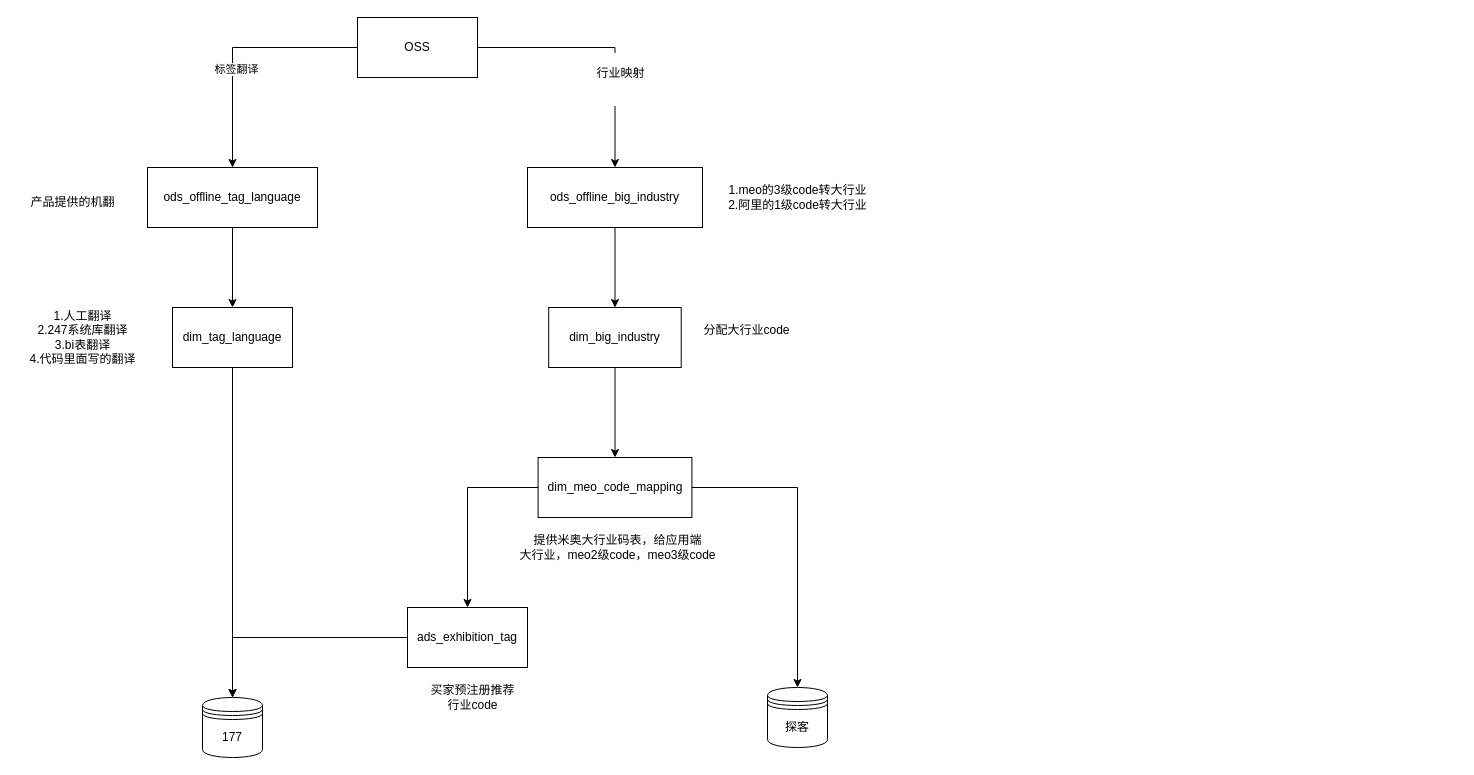
Earlier version of the draw.io diagram 大行业应用.drawio (HLSO6/draw). Source tidied: cells renumbered, new cells numbered last; positions are measured from the earlier drawing's top-left corner, leaving out a move shared by most shapes. Both pictures are drawn from the tidied source at 100%, with x=0, y=0 at pixel (17, 17).
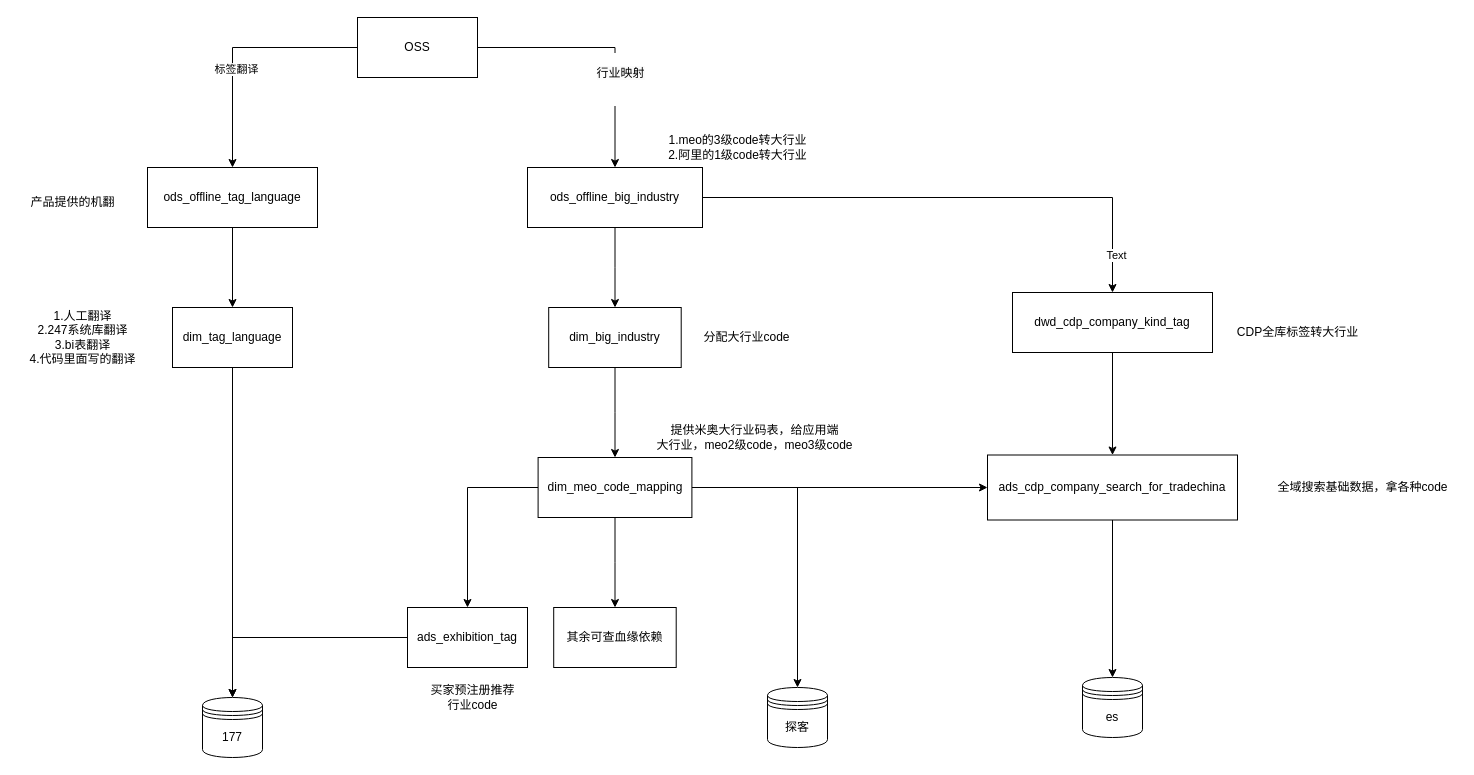
The same page after the edit.

Commit message (it also covers changes not shown here):
更新大行业应用.drawio

The change refers to these unchanged cells:
```xml
<mxCell id="10" value="ods_offline_big_industry" style="rounded=0;whiteSpace=wrap;html=1;" parent="1" vertex="1">
  <mxGeometry x="510" y="150" width="175" height="60" as="geometry" />
</mxCell>
<mxCell id="17" value="dim_meo_code_mapping" style="whiteSpace=wrap;html=1;rounded=0;" parent="1" vertex="1">
  <mxGeometry x="520.6" y="440" width="153.8" height="60" as="geometry" />
</mxCell>
```

What changed in the source:
```diff
@@
+    <mxCell id="28" style="edgeStyle=orthogonalEdgeStyle;rounded=0;jettySize=auto;html=1;entryX=0.5;entryY=0;entryDx=0;entryDy=0;" parent="1" edge="1" source="10" target="33">
+      <mxGeometry relative="1" as="geometry" />
+    </mxCell>
+    <mxCell id="29" value="Text" style="edgeLabel;html=1;align=center;verticalAlign=middle;" parent="28" vertex="1">
+      <mxGeometry x="0.85" y="3" relative="1" as="geometry" />
+    </mxCell>
@@
+    <mxCell id="30" style="edgeStyle=orthogonalEdgeStyle;rounded=0;jettySize=auto;html=1;" parent="1" edge="1" source="17" target="36">
+      <mxGeometry relative="1" as="geometry" />
+    </mxCell>
+    <mxCell id="31" style="edgeStyle=orthogonalEdgeStyle;rounded=0;jettySize=auto;html=1;" parent="1" edge="1" source="17" target="38">
+      <mxGeometry relative="1" as="geometry" />
+    </mxCell>
@@
     <mxCell id="18" value="分配大行业code" style="text;html=1;align=center;verticalAlign=middle;strokeColor=none;fillColor=none;" parent="1" vertex="1">
-      <mxGeometry x="674.4" y="298" width="110" height="30" as="geometry" />
+      <mxGeometry x="674.4" y="305" width="110" height="30" as="geometry" />
     </mxCell>
     <mxCell id="19" value="提供米奥大行业码表，给应用端&lt;br&gt;大行业，meo2级code，meo3级code" style="text;html=1;align=center;verticalAlign=middle;strokeColor=none;fillColor=none;" parent="1" vertex="1">
-      <mxGeometry x="490" y="510" width="220" height="40" as="geometry" />
+      <mxGeometry x="627" y="400" width="220" height="40" as="geometry" />
     </mxCell>
@@
     <mxCell id="26" value="1.meo的3级code转大行业&lt;br&gt;2.阿里的1级code转大行业" style="text;html=1;align=center;verticalAlign=middle;strokeColor=none;fillColor=none;" parent="1" vertex="1">
-      <mxGeometry x="700" y="160" width="160" height="40" as="geometry" />
+      <mxGeometry x="640" y="110" width="160" height="40" as="geometry" />
     </mxCell>
@@
+    <mxCell id="32" style="edgeStyle=orthogonalEdgeStyle;rounded=0;jettySize=auto;html=1;" parent="1" edge="1" source="33" target="36">
+      <mxGeometry relative="1" as="geometry" />
+    </mxCell>
+    <mxCell id="33" value="dwd_cdp_company_kind_tag" style="rounded=0;whiteSpace=wrap;html=1;" parent="1" vertex="1">
+      <mxGeometry x="995" y="275" width="200" height="60" as="geometry" />
+    </mxCell>
+    <mxCell id="34" value="CDP全库标签转大行业" style="text;html=1;align=center;verticalAlign=middle;strokeColor=none;fillColor=none;" parent="1" vertex="1">
+      <mxGeometry x="1210" y="300" width="140" height="30" as="geometry" />
+    </mxCell>
+    <mxCell id="35" style="edgeStyle=orthogonalEdgeStyle;rounded=0;jettySize=auto;html=1;" parent="1" edge="1" source="36" target="39">
+      <mxGeometry relative="1" as="geometry" />
+    </mxCell>
+    <mxCell id="36" value="ads_cdp_company_search_for_tradechina" style="whiteSpace=wrap;html=1;rounded=0;" parent="1" vertex="1">
+      <mxGeometry x="970" y="437.5" width="250" height="65" as="geometry" />
+    </mxCell>
+    <mxCell id="37" value="全域搜索基础数据，拿各种code" style="text;html=1;align=center;verticalAlign=middle;strokeColor=none;fillColor=none;" parent="1" vertex="1">
+      <mxGeometry x="1250" y="455" width="190" height="30" as="geometry" />
+    </mxCell>
+    <mxCell id="38" value="其余可查血缘依赖" style="rounded=0;whiteSpace=wrap;html=1;" parent="1" vertex="1">
+      <mxGeometry x="536.2" y="590" width="122.5" height="60" as="geometry" />
+    </mxCell>
+    <mxCell id="39" value="es" style="shape=datastore;whiteSpace=wrap;html=1;" parent="1" vertex="1">
+      <mxGeometry x="1065" y="660" width="60" height="60" as="geometry" />
+    </mxCell>
```
